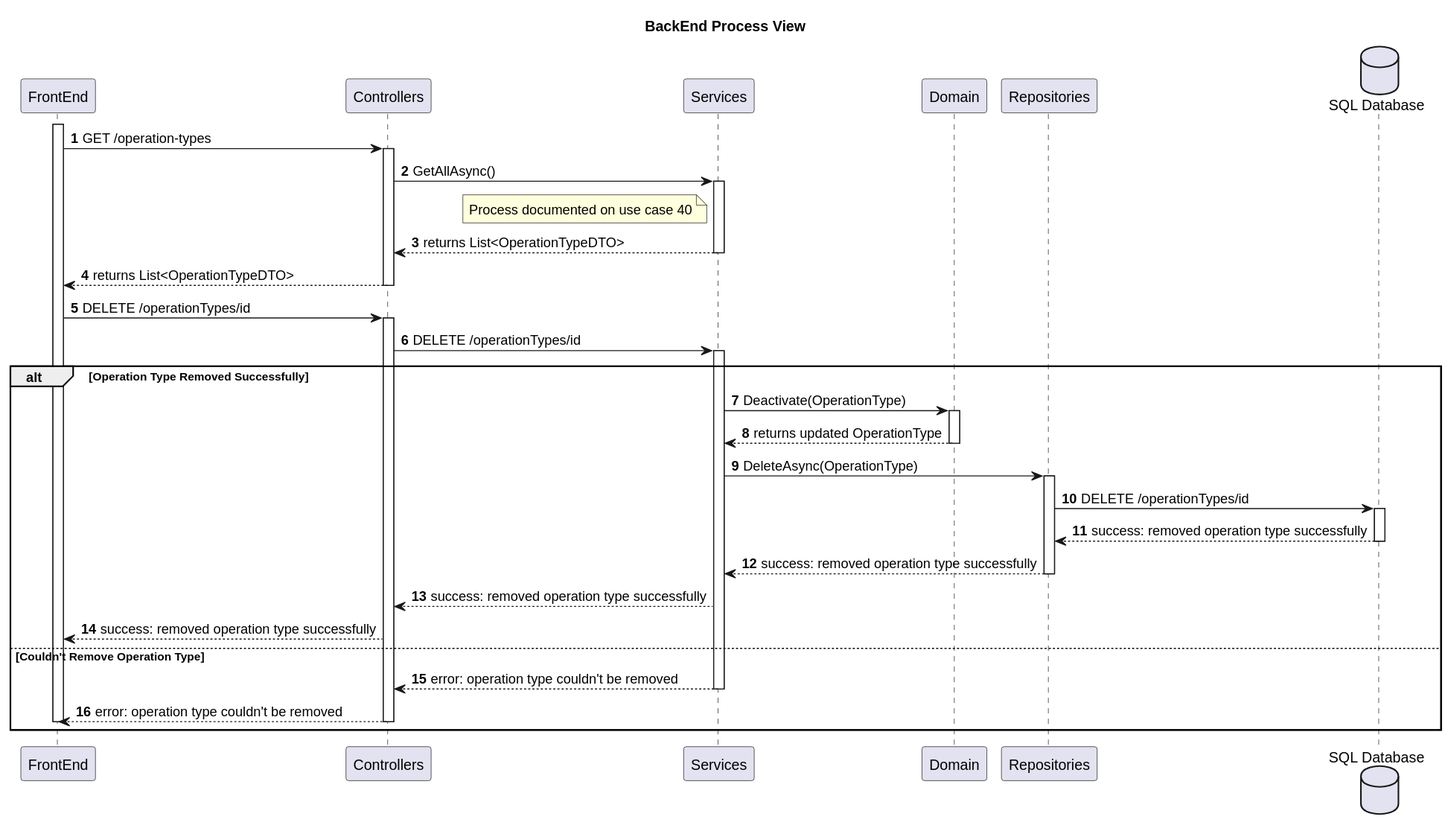
Before: docs/SprintA/39-remove-operation-types/level3/backend-process-view.svg, a diagram exported from PlantUML (MiguelCardoso77/SurgicalSync-BackEnd).
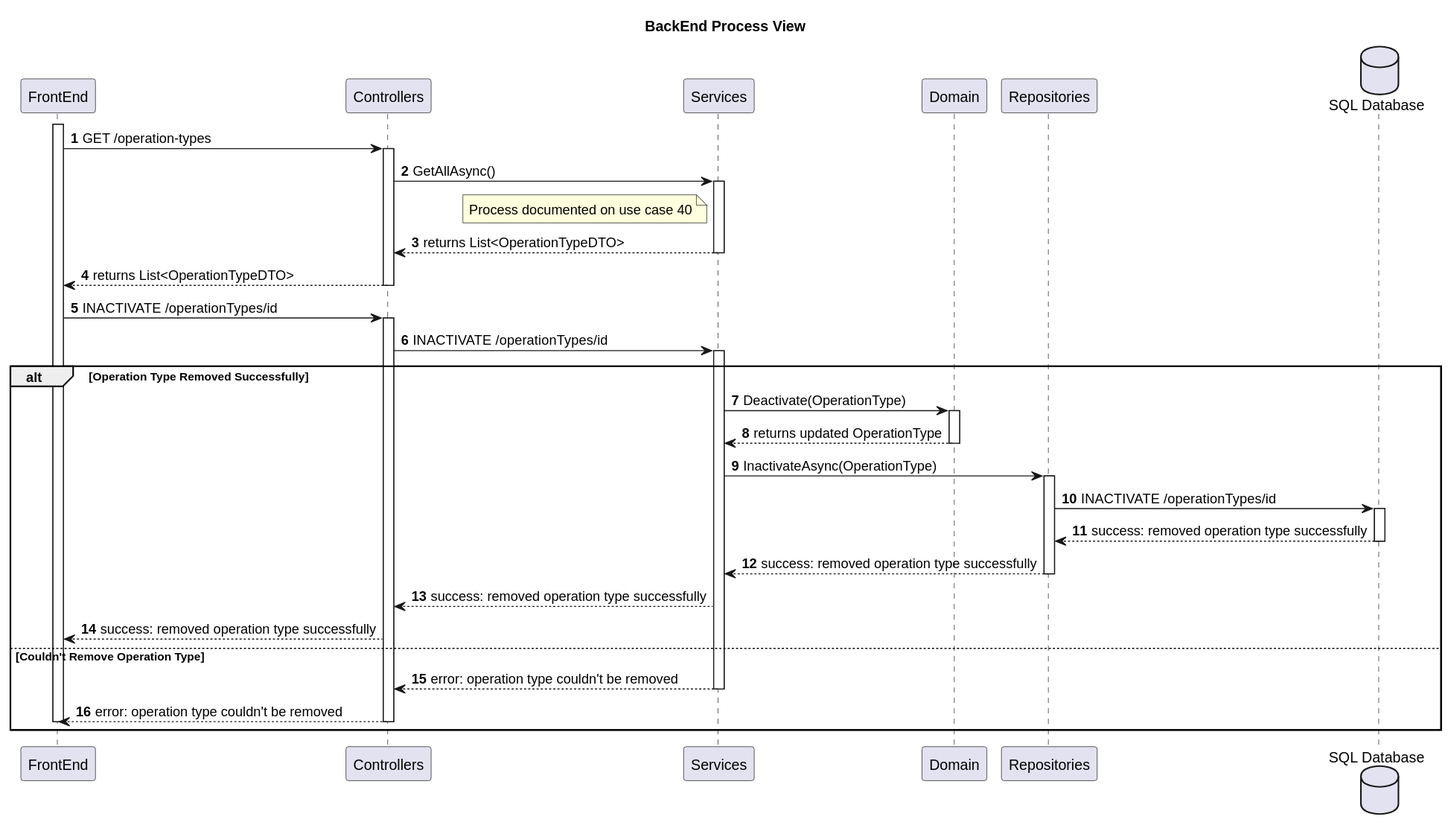
The same diagram one commit later.

Diff of the diagram source:
```diff
@@ -26,10 +26,10 @@
         CN --> FE : returns List<OperationTypeDTO>
     deactivate CN
 
-    FE -> CN: DELETE /operationTypes/id
+    FE -> CN: INACTIVATE /operationTypes/id
     activate CN
 
-        CN -> SV : DELETE /operationTypes/id
+        CN -> SV : INACTIVATE /operationTypes/id
         activate SV
 
 alt Operation Type Removed Successfully
@@ -40,10 +40,10 @@
                 DM --> SV : returns updated OperationType
             deactivate DM
 
-            SV -> REPO : DeleteAsync(OperationType)
+            SV -> REPO : InactivateAsync(OperationType)
             activate REPO
 
-                REPO -> SQL : DELETE /operationTypes/id
+                REPO -> SQL : INACTIVATE /operationTypes/id
                 activate SQL
 
                     SQL --> REPO : success: removed operation type successfully
```
